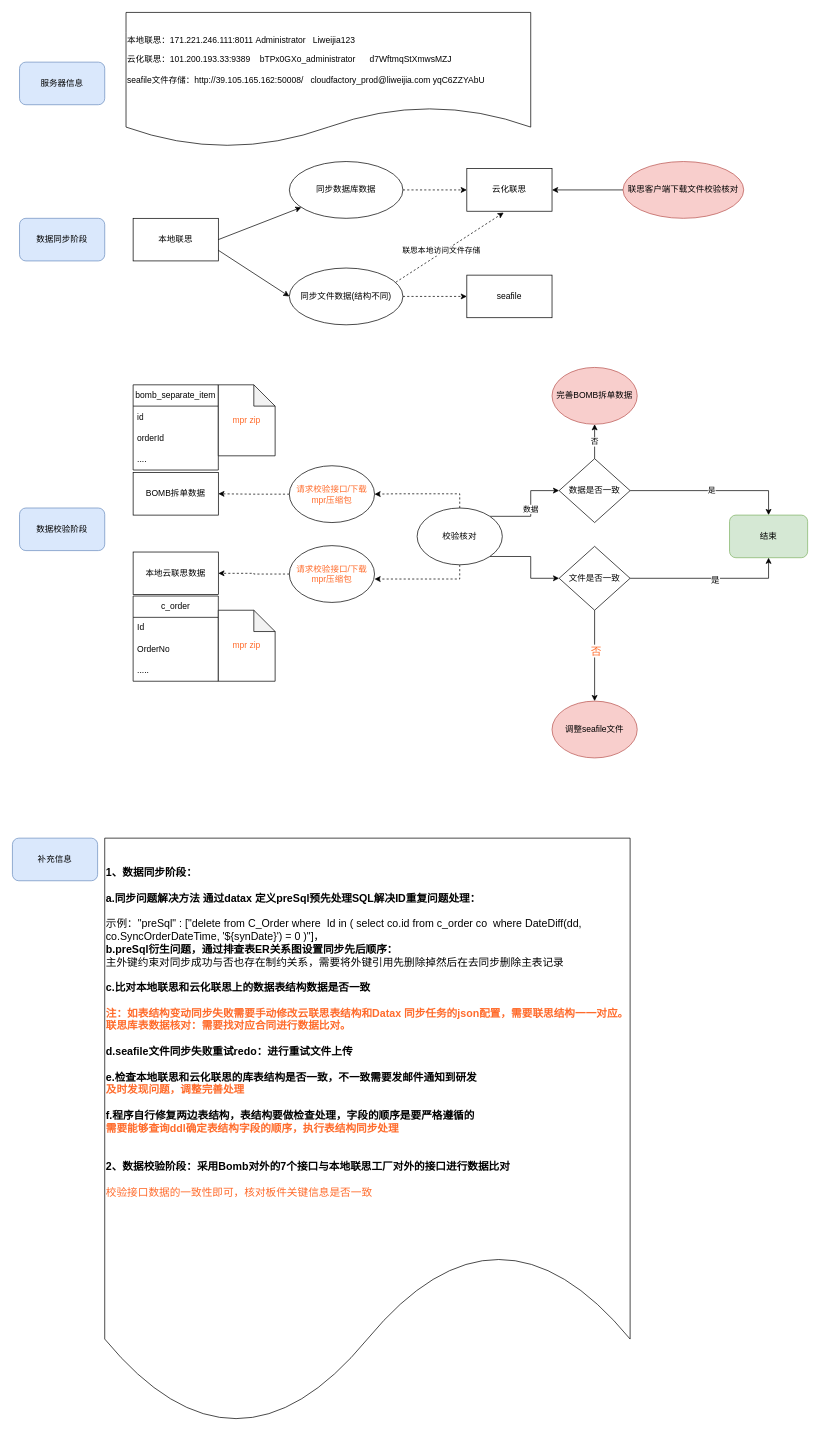
This is page "2023联思数据同步与校验" (3 of 5) of oms相关系统关系.drawio from SunflowersOfJava/boonya-learning-socket, a draw.io file, before an edit. Source tidied: cells renumbered, new cells numbered last; positions are measured from the earlier drawing's top-left corner, leaving out a move shared by most shapes. Both pictures are drawn from the tidied source at 71%, with x=0, y=0 at pixel (12, 12).
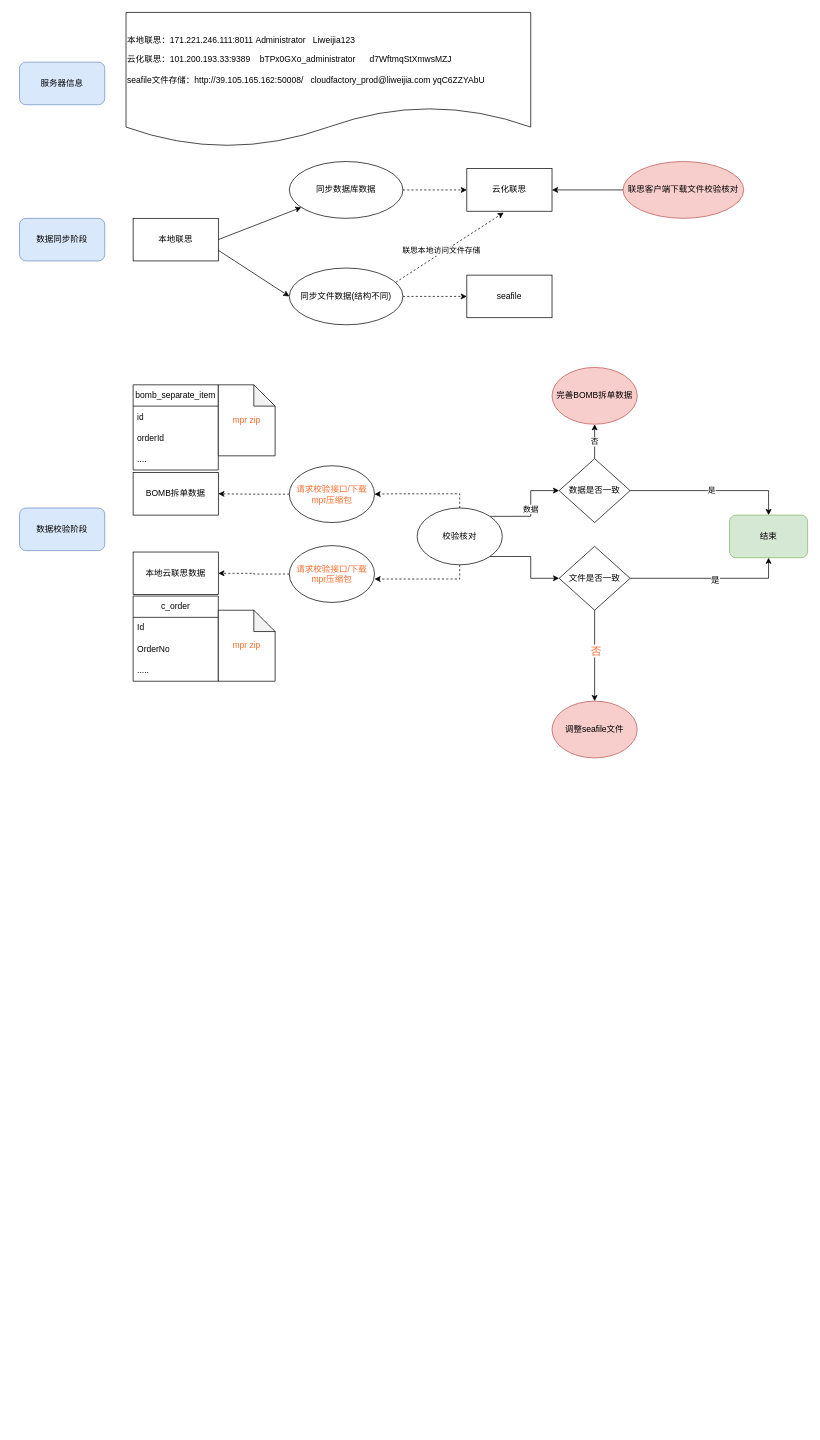
The same diagram, later.

Commit message:
更新oms相关系统关系.drawio

Diff of the diagram source:
```diff
@@
-    <mxCell id="34" value="&lt;div style=&quot;font-size: 15px;&quot;&gt;&lt;b style=&quot;font-size: 15px;&quot;&gt;1、数据同步阶段：&lt;/b&gt;&lt;/div&gt;&lt;div style=&quot;font-size: 15px;&quot;&gt;&lt;b style=&quot;font-size: 15px;&quot;&gt;&lt;br style=&quot;font-size: 15px;&quot;&gt;&lt;/b&gt;&lt;/div&gt;&lt;div style=&quot;font-size: 15px;&quot;&gt;&lt;b style=&quot;font-size: 15px;&quot;&gt;a.同步问题解决方法 通过datax 定义preSql预先处理SQL解决ID重复问题处理：&lt;/b&gt;&lt;/div&gt;&lt;br style=&quot;font-size: 15px;&quot;&gt;&lt;div style=&quot;font-size: 15px;&quot;&gt;示例：&quot;preSql&quot; : [&quot;delete from C_Order where&amp;nbsp; Id in ( select co.id from c_order co&amp;nbsp; where DateDiff(dd, co.SyncOrderDateTime, '${synDate}') = 0 )&quot;]，&lt;/div&gt;&lt;div style=&quot;font-size: 15px;&quot;&gt;&lt;b style=&quot;font-size: 15px;&quot;&gt;b.preSql衍生问题，通过排查表ER关系图设置同步先后顺序：&lt;/b&gt;&lt;/div&gt;&lt;div style=&quot;font-size: 15px;&quot;&gt;主外键约束对同步成功与否也存在制约关系，需要将外键引用先删除掉然后在去同步删除主表记录&lt;b style=&quot;font-size: 15px;&quot;&gt;&lt;br style=&quot;font-size: 15px;&quot;&gt;&lt;/b&gt;&lt;/div&gt;&lt;div style=&quot;font-size: 15px;&quot;&gt;&lt;b style=&quot;font-size: 15px;&quot;&gt;&lt;br style=&quot;font-size: 15px;&quot;&gt;&lt;/b&gt;&lt;/div&gt;&lt;div style=&quot;font-size: 15px;&quot;&gt;&lt;b style=&quot;font-size: 15px;&quot;&gt;c.比对本地联思和云化联思上的数据表结构数据是否一致&lt;br style=&quot;font-size: 15px;&quot;&gt;&lt;/b&gt;&lt;/div&gt;&lt;div style=&quot;font-size: 15px;&quot;&gt;&lt;br style=&quot;font-size: 15px;&quot;&gt;&lt;/div&gt;&lt;div style=&quot;font-size: 15px;&quot;&gt;&lt;div style=&quot;font-size: 15px;&quot;&gt;&lt;font style=&quot;font-size: 15px;&quot; color=&quot;#FF6B2B&quot;&gt;&lt;b style=&quot;font-size: 15px;&quot;&gt;注：如表结构变动同步失败需要手动修改云联思表结构和Datax 同步任务的json配置，需要联思结构一一对应。&lt;/b&gt;&lt;/font&gt;&lt;font style=&quot;font-size: 15px;&quot; color=&quot;#FF6B2B&quot;&gt;&lt;b style=&quot;font-size: 15px;&quot;&gt;联思库表数据核对：需要找对应合同进行数据比对。&lt;/b&gt;&lt;/font&gt;&lt;/div&gt;&lt;div style=&quot;font-size: 15px;&quot;&gt;&lt;font style=&quot;font-size: 15px;&quot; color=&quot;#FF6B2B&quot;&gt;&lt;b style=&quot;font-size: 15px;&quot;&gt;&lt;br style=&quot;font-size: 15px;&quot;&gt;&lt;/b&gt;&lt;/font&gt;&lt;/div&gt;&lt;div style=&quot;font-size: 15px;&quot;&gt;&lt;b style=&quot;font-size: 15px;&quot;&gt;d.seafile文件同步失败重试redo：进行重试文件上传&lt;/b&gt;&lt;/div&gt;&lt;div style=&quot;font-size: 15px;&quot;&gt;&lt;b style=&quot;font-size: 15px;&quot;&gt;&lt;br style=&quot;font-size: 15px;&quot;&gt;&lt;/b&gt;&lt;/div&gt;&lt;div style=&quot;font-size: 15px;&quot;&gt;&lt;b style=&quot;font-size: 15px;&quot;&gt;e.检查本地联思和云化联思的库表结构是否一致，不一致需要发邮件通知到研发&lt;br&gt;&lt;/b&gt;&lt;/div&gt;&lt;div style=&quot;font-size: 15px;&quot;&gt;&lt;b style=&quot;font-size: 15px;&quot;&gt;&lt;font color=&quot;#FF6B2B&quot;&gt;及时发现问题，调整完善处理&lt;/font&gt;&lt;br style=&quot;font-size: 15px;&quot;&gt;&lt;/b&gt;&lt;/div&gt;&lt;div style=&quot;font-size: 15px;&quot;&gt;&lt;b style=&quot;font-size: 15px;&quot;&gt;&lt;br style=&quot;font-size: 15px;&quot;&gt;&lt;/b&gt;&lt;/div&gt;&lt;div style=&quot;font-size: 15px;&quot;&gt;&lt;b style=&quot;font-size: 15px;&quot;&gt;f.程序自行修复两边表结构，表结构要做检查处理，字段的顺序是要严格遵循的&lt;/b&gt;&lt;/div&gt;&lt;div style=&quot;font-size: 15px;&quot;&gt;&lt;b style=&quot;font-size: 15px;&quot;&gt;&lt;font style=&quot;font-size: 15px;&quot; color=&quot;#FF6B2B&quot;&gt;需要能够查询ddl确定表结构字段的顺序，执行表结构同步处理&lt;/font&gt;&lt;br style=&quot;font-size: 15px;&quot;&gt;&lt;/b&gt;&lt;/div&gt;&lt;br style=&quot;font-size: 15px;&quot;&gt;&lt;/div&gt;&lt;div style=&quot;font-size: 15px;&quot;&gt;&lt;br style=&quot;font-size: 15px;&quot;&gt;&lt;/div&gt;&lt;div style=&quot;font-size: 15px;&quot;&gt;&lt;b style=&quot;font-size: 15px;&quot;&gt;2、数据校验阶段：采用Bomb对外的7个接口与本地联思工厂对外的接口进行数据比对&lt;/b&gt;&lt;/div&gt;&lt;div style=&quot;font-size: 15px;&quot;&gt;&lt;b style=&quot;font-size: 15px;&quot;&gt;&lt;br style=&quot;font-size: 15px;&quot;&gt;&lt;/b&gt;&lt;/div&gt;&lt;div style=&quot;font-size: 15px;&quot;&gt;&lt;font style=&quot;font-size: 15px;&quot; color=&quot;#FF6B2B&quot;&gt;校验接口数据的一致性即可，核对板件关键信息是否一致&lt;/font&gt;&lt;/div&gt;&lt;div style=&quot;font-size: 15px;&quot;&gt;&lt;br style=&quot;font-size: 15px;&quot;&gt;&lt;/div&gt;&lt;div style=&quot;font-size: 15px;&quot;&gt;&lt;br style=&quot;font-size: 15px;&quot;&gt;&lt;/div&gt;" style="shape=document;whiteSpace=wrap;html=1;boundedLbl=1;align=left;fontSize=15;" parent="1" vertex="1">
-      <mxGeometry x="130" y="1163" width="740" height="830" as="geometry" />
-    </mxCell>
-    <mxCell id="35" value="补充信息" style="rounded=1;whiteSpace=wrap;html=1;fillColor=#dae8fc;strokeColor=#6c8ebf;" parent="1" vertex="1">
-      <mxGeometry y="1163" width="120" height="60" as="geometry" />
-    </mxCell>
```
